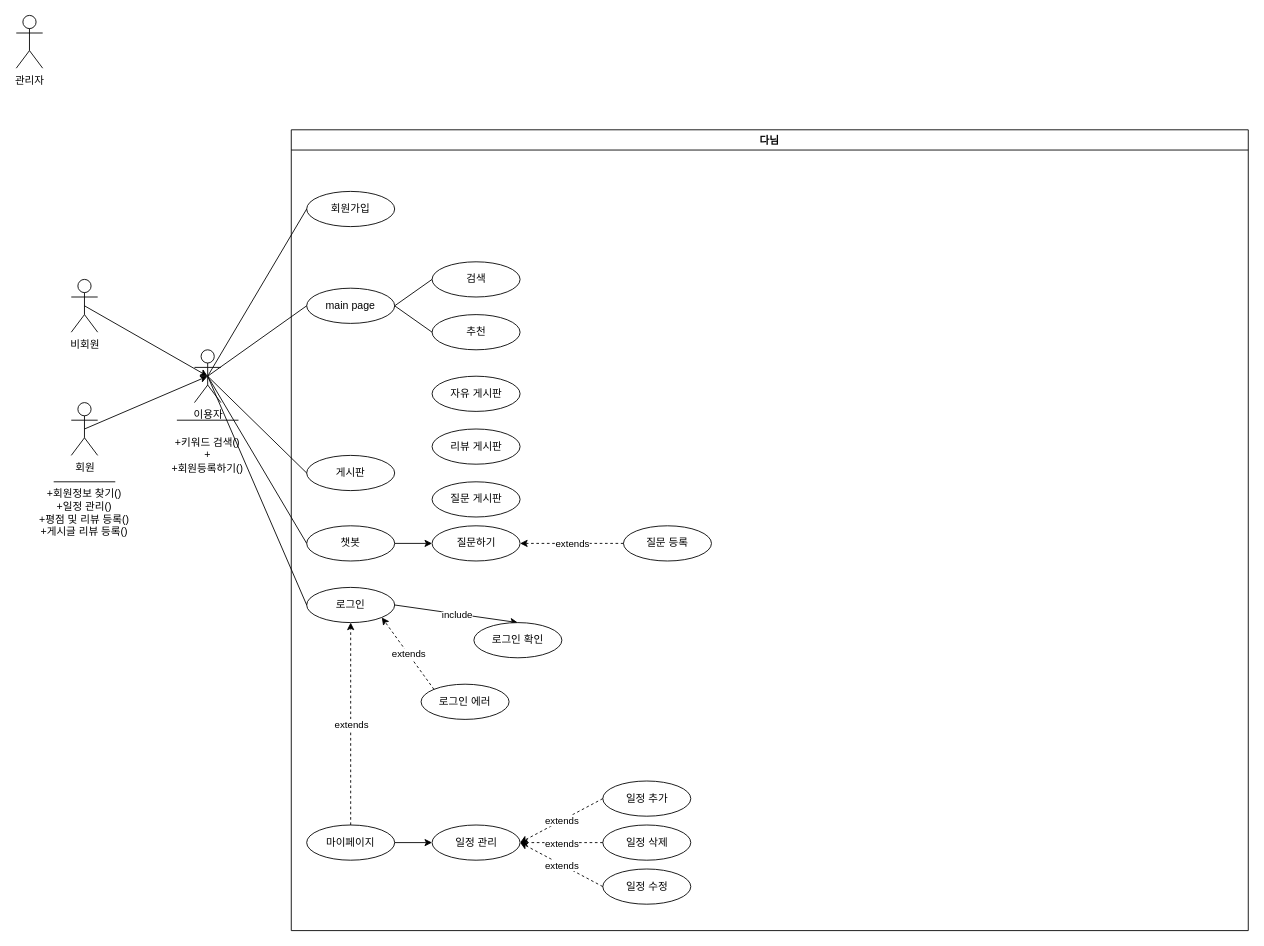
The draw.io diagram Untitled Diagram.drawio in seongjo-seo/toy_project, before the edit. Source tidied: cells renumbered, new cells numbered last; positions are measured from the earlier drawing's top-left corner, leaving out a move shared by most shapes. Both pictures are drawn from the tidied source at 88%, with x=0, y=0 at pixel (16, 15).
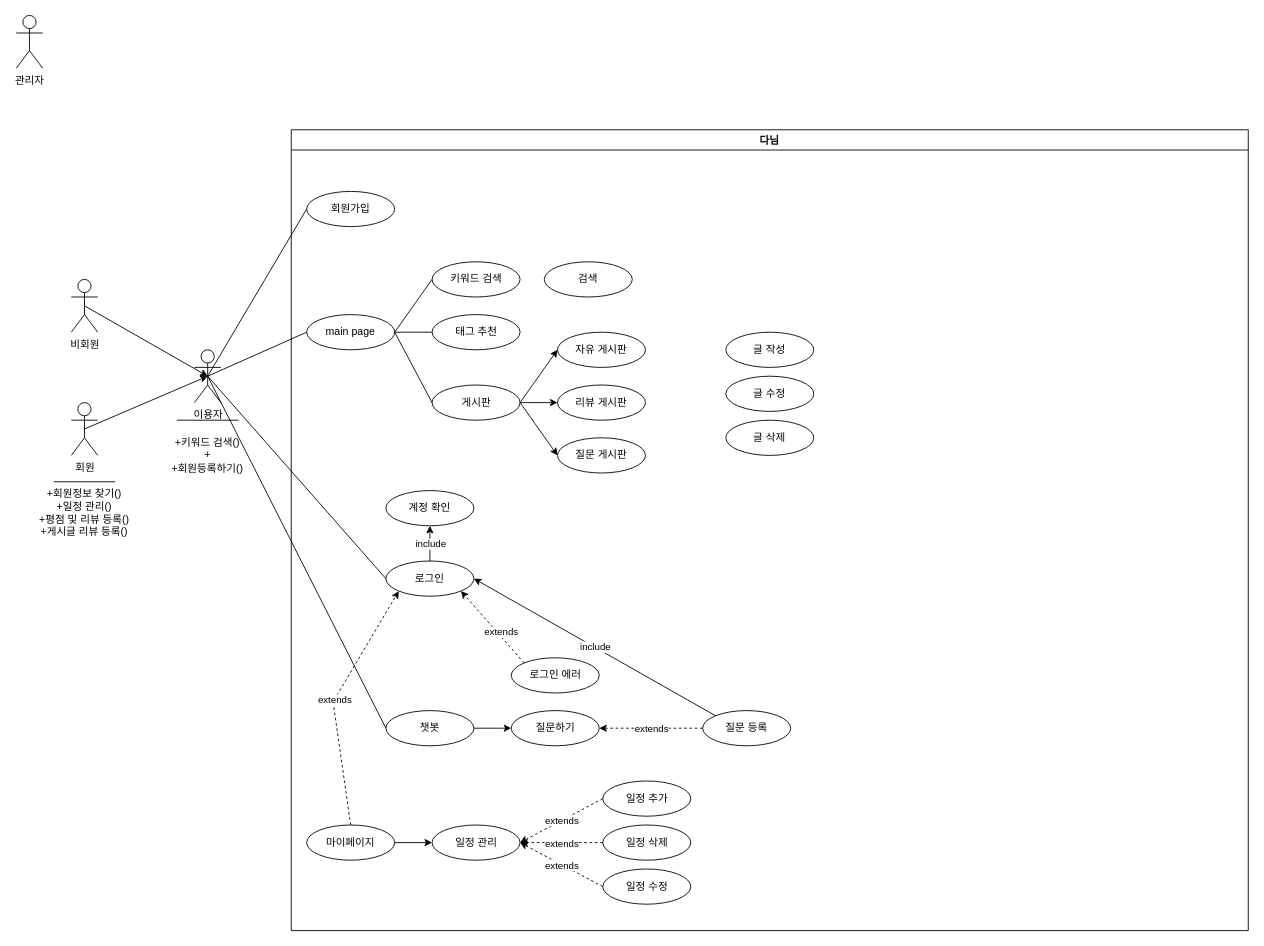
The same page after the edit.

Unchanged cells that the change refers to:
```xml
<mxCell id="4" value="이용자" style="shape=umlActor;verticalLabelPosition=bottom;verticalAlign=top;html=1;outlineConnect=0;" parent="1" vertex="1">
  <mxGeometry x="202.5" y="380" width="30" height="60" as="geometry" />
</mxCell>
<mxCell id="7" value="다님" style="swimlane;" parent="1" vertex="1">
  <mxGeometry x="312.5" y="130" width="1087.5" height="910" as="geometry" />
</mxCell>
<mxCell id="22" value="마이페이지" style="ellipse;whiteSpace=wrap;html=1;" parent="7" vertex="1">
  <mxGeometry x="17.5" y="790" width="100" height="40" as="geometry" />
</mxCell>
<mxCell id="43" style="endArrow=classic;html=1;rounded=0;entryX=1;entryY=1;entryDx=0;entryDy=0;exitX=0;exitY=0;exitDx=0;exitDy=0;dashed=1;" parent="7" edge="1" source="42" target="11">
  <mxGeometry relative="1" as="geometry" />
</mxCell>
```

The edit, as a diff of the source:
```diff
@@
     <mxCell id="9" value="main page" style="ellipse;whiteSpace=wrap;html=1;" parent="7" vertex="1">
-      <mxGeometry x="17.5" y="180" width="100" height="40" as="geometry" />
+      <mxGeometry x="17.5" y="210" width="100" height="40" as="geometry" />
     </mxCell>
     <mxCell id="10" value="챗봇" style="ellipse;whiteSpace=wrap;html=1;" parent="7" vertex="1">
-      <mxGeometry x="17.5" y="450" width="100" height="40" as="geometry" />
+      <mxGeometry x="107.5" y="660" width="100" height="40" as="geometry" />
     </mxCell>
     <mxCell id="11" value="로그인" style="ellipse;whiteSpace=wrap;html=1;" parent="7" vertex="1">
-      <mxGeometry x="17.5" y="520" width="100" height="40" as="geometry" />
+      <mxGeometry x="107.5" y="490" width="100" height="40" as="geometry" />
     </mxCell>
     <mxCell id="12" value="게시판" style="ellipse;whiteSpace=wrap;html=1;" parent="7" vertex="1">
-      <mxGeometry x="17.5" y="370" width="100" height="40" as="geometry" />
+      <mxGeometry x="160" y="290" width="100" height="40" as="geometry" />
     </mxCell>
-    <mxCell id="13" value="검색" style="ellipse;whiteSpace=wrap;html=1;" parent="7" vertex="1">
+    <mxCell id="13" value="키워드 검색" style="ellipse;whiteSpace=wrap;html=1;" parent="7" vertex="1">
       <mxGeometry x="160" y="150" width="100" height="40" as="geometry" />
     </mxCell>
     <mxCell id="14" value="질문하기" style="ellipse;whiteSpace=wrap;html=1;" parent="7" vertex="1">
-      <mxGeometry x="160" y="450" width="100" height="40" as="geometry" />
+      <mxGeometry x="250" y="660" width="100" height="40" as="geometry" />
     </mxCell>
@@
     <mxCell id="16" value="질문 등록" style="ellipse;whiteSpace=wrap;html=1;" parent="7" vertex="1">
-      <mxGeometry x="377.5" y="450" width="100" height="40" as="geometry" />
+      <mxGeometry x="467.5" y="660" width="100" height="40" as="geometry" />
     </mxCell>
     <mxCell id="17" style="endArrow=classic;html=1;rounded=0;entryX=1;entryY=0.5;entryDx=0;entryDy=0;exitX=0;exitY=0.5;exitDx=0;exitDy=0;dashed=1;" parent="7" edge="1" source="16" target="14">
       <mxGeometry relative="1" as="geometry">
         <Array as="points">
-          <mxPoint x="300" y="470" />
+          <mxPoint x="390" y="680" />
         </Array>
       </mxGeometry>
     </mxCell>
@@
-    <mxCell id="20" value="추천" style="ellipse;whiteSpace=wrap;html=1;" parent="7" vertex="1">
+    <mxCell id="20" value="태그 추천" style="ellipse;whiteSpace=wrap;html=1;" parent="7" vertex="1">
       <mxGeometry x="160" y="210" width="100" height="40" as="geometry" />
     </mxCell>
@@
     <mxCell id="23" value="자유 게시판" style="ellipse;whiteSpace=wrap;html=1;" parent="7" vertex="1">
-      <mxGeometry x="160" y="280" width="100" height="40" as="geometry" />
+      <mxGeometry x="302.5" y="230" width="100" height="40" as="geometry" />
     </mxCell>
     <mxCell id="24" value="리뷰 게시판" style="ellipse;whiteSpace=wrap;html=1;" parent="7" vertex="1">
-      <mxGeometry x="160" y="340" width="100" height="40" as="geometry" />
+      <mxGeometry x="302.5" y="290" width="100" height="40" as="geometry" />
     </mxCell>
     <mxCell id="25" value="질문 게시판" style="ellipse;whiteSpace=wrap;html=1;" parent="7" vertex="1">
-      <mxGeometry x="160" y="400" width="100" height="40" as="geometry" />
+      <mxGeometry x="302.5" y="350" width="100" height="40" as="geometry" />
     </mxCell>
@@
-    <mxCell id="37" style="endArrow=classic;html=1;rounded=0;exitX=1;exitY=0.5;exitDx=0;exitDy=0;entryX=0.5;entryY=0;entryDx=0;entryDy=0;" parent="7" edge="1" source="11" target="39">
+    <mxCell id="37" style="endArrow=classic;html=1;rounded=0;exitX=0.5;exitY=0;exitDx=0;exitDy=0;entryX=0.5;entryY=1;entryDx=0;entryDy=0;" parent="7" edge="1" source="11" target="39">
       <mxGeometry relative="1" as="geometry" />
     </mxCell>
@@
-    <mxCell id="39" value="로그인 확인" style="ellipse;whiteSpace=wrap;html=1;" parent="7" vertex="1">
-      <mxGeometry x="207.5" y="560" width="100" height="40" as="geometry" />
+    <mxCell id="39" value="계정 확인" style="ellipse;whiteSpace=wrap;html=1;" parent="7" vertex="1">
+      <mxGeometry x="107.5" y="410" width="100" height="40" as="geometry" />
     </mxCell>
-    <mxCell id="40" style="endArrow=classic;html=1;rounded=0;entryX=0.5;entryY=1;entryDx=0;entryDy=0;exitX=0.5;exitY=0;exitDx=0;exitDy=0;dashed=1;" parent="7" edge="1" source="22" target="11">
-      <mxGeometry relative="1" as="geometry" />
+    <mxCell id="40" style="endArrow=classic;html=1;rounded=0;entryX=0;entryY=1;entryDx=0;entryDy=0;exitX=0.5;exitY=0;exitDx=0;exitDy=0;dashed=1;" parent="7" edge="1" source="22" target="11">
+      <mxGeometry relative="1" as="geometry">
+        <Array as="points">
+          <mxPoint x="47.5" y="650" />
+        </Array>
+      </mxGeometry>
     </mxCell>
@@
     <mxCell id="42" value="로그인 에러" style="ellipse;whiteSpace=wrap;html=1;" parent="7" vertex="1">
-      <mxGeometry x="147.5" y="630" width="100" height="40" as="geometry" />
+      <mxGeometry x="250" y="600" width="100" height="40" as="geometry" />
     </mxCell>
@@
     <mxCell id="44" value="extends" style="edgeLabel;html=1;align=center;verticalAlign=middle;" parent="43" vertex="1">
-      <mxGeometry relative="1" as="geometry" />
+      <mxGeometry relative="1" as="geometry">
+        <mxPoint x="9" y="5" as="offset" />
+      </mxGeometry>
     </mxCell>
+    <mxCell id="55" style="endArrow=classic;html=1;rounded=0;exitX=0;exitY=0;exitDx=0;exitDy=0;entryX=1;entryY=0.5;entryDx=0;entryDy=0;" parent="7" edge="1" source="16" target="11">
+      <mxGeometry relative="1" as="geometry" />
+    </mxCell>
+    <mxCell id="56" value="include" style="edgeLabel;html=1;align=center;verticalAlign=middle;" parent="55" vertex="1">
+      <mxGeometry relative="1" as="geometry" />
+    </mxCell>
+    <mxCell id="57" value="검색" style="ellipse;whiteSpace=wrap;html=1;" parent="7" vertex="1">
+      <mxGeometry x="287.5" y="150" width="100" height="40" as="geometry" />
+    </mxCell>
+    <mxCell id="58" style="endArrow=classic;html=1;rounded=0;entryX=0;entryY=0.5;entryDx=0;entryDy=0;exitX=1;exitY=0.5;exitDx=0;exitDy=0;" parent="7" edge="1" source="12" target="23">
+      <mxGeometry relative="1" as="geometry" />
+    </mxCell>
+    <mxCell id="59" style="endArrow=classic;html=1;rounded=0;entryX=0;entryY=0.5;entryDx=0;entryDy=0;exitX=1;exitY=0.5;exitDx=0;exitDy=0;" parent="7" edge="1" source="12" target="24">
+      <mxGeometry relative="1" as="geometry" />
+    </mxCell>
+    <mxCell id="60" style="endArrow=classic;html=1;rounded=0;entryX=0;entryY=0.5;entryDx=0;entryDy=0;exitX=1;exitY=0.5;exitDx=0;exitDy=0;" parent="7" edge="1" source="12" target="25">
+      <mxGeometry relative="1" as="geometry" />
+    </mxCell>
+    <mxCell id="49" style="endArrow=none;html=1;rounded=0;exitX=1;exitY=0.5;exitDx=0;exitDy=0;entryX=0;entryY=0.5;entryDx=0;entryDy=0;" parent="7" edge="1" source="9" target="12">
+      <mxGeometry relative="1" as="geometry" />
+    </mxCell>
+    <mxCell id="61" value="글 작성" style="ellipse;whiteSpace=wrap;html=1;" parent="7" vertex="1">
+      <mxGeometry x="493.8" y="230" width="100" height="40" as="geometry" />
+    </mxCell>
+    <mxCell id="62" value="글 수정" style="ellipse;whiteSpace=wrap;html=1;" parent="7" vertex="1">
+      <mxGeometry x="493.8" y="280" width="100" height="40" as="geometry" />
+    </mxCell>
+    <mxCell id="63" value="글 삭제" style="ellipse;whiteSpace=wrap;html=1;" parent="7" vertex="1">
+      <mxGeometry x="493.8" y="330" width="100" height="40" as="geometry" />
+    </mxCell>
@@
-    <mxCell id="49" style="endArrow=none;html=1;rounded=0;exitX=0.5;exitY=0.5;exitDx=0;exitDy=0;exitPerimeter=0;entryX=0;entryY=0.5;entryDx=0;entryDy=0;" parent="1" edge="1" source="4" target="12">
-      <mxGeometry relative="1" as="geometry" />
-    </mxCell>
```
